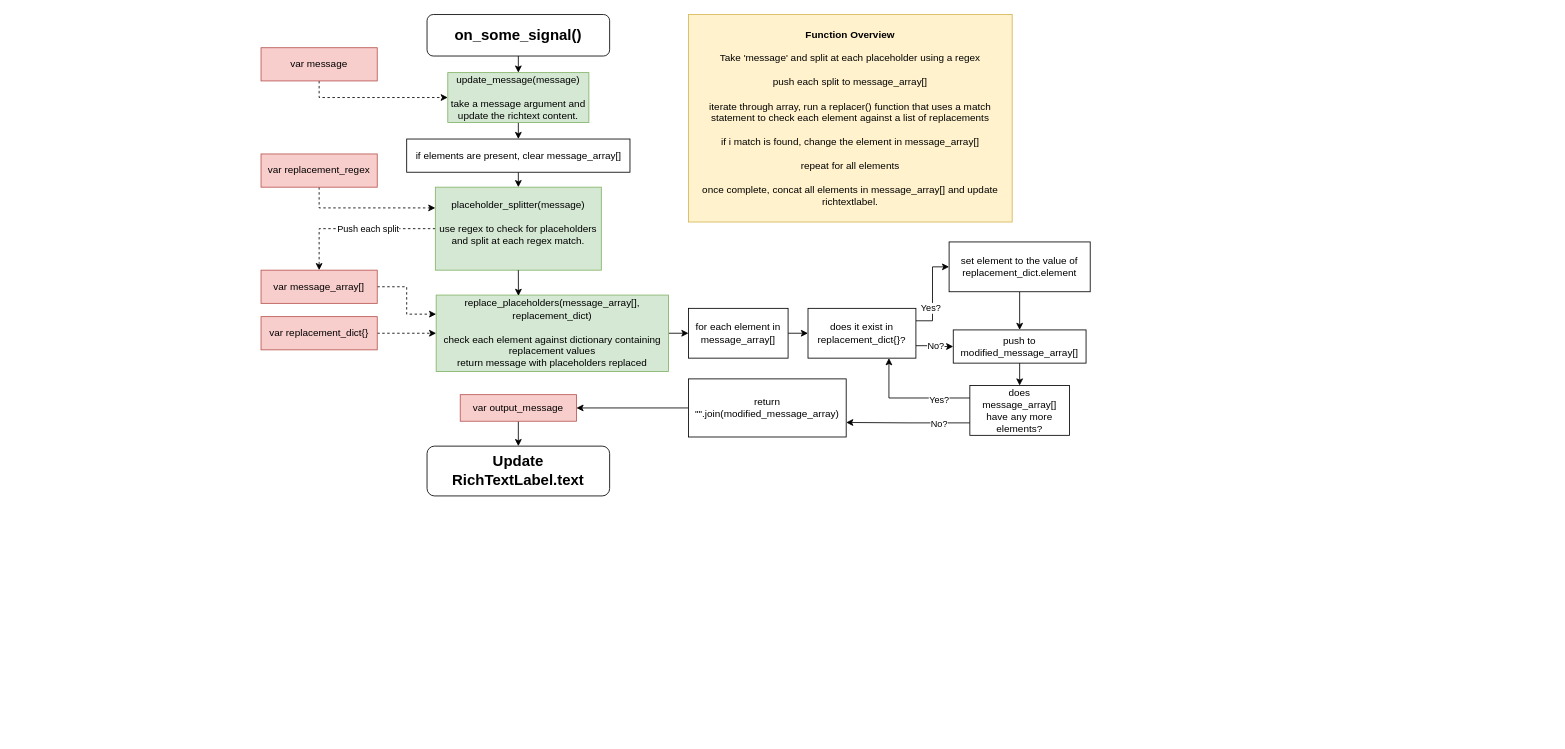
WeekOldFishBones/RPGBattleTest keeps this draw.io diagram as RPGTest_DialogueFlowchart.drawio.xml. Above is the earlier version. Source tidied: cells renumbered, new cells numbered last; positions are measured from the earlier drawing's top-left corner, leaving out a move shared by most shapes. Both pictures are drawn from the tidied source at 83%, with x=0, y=0 at pixel (261, 14).
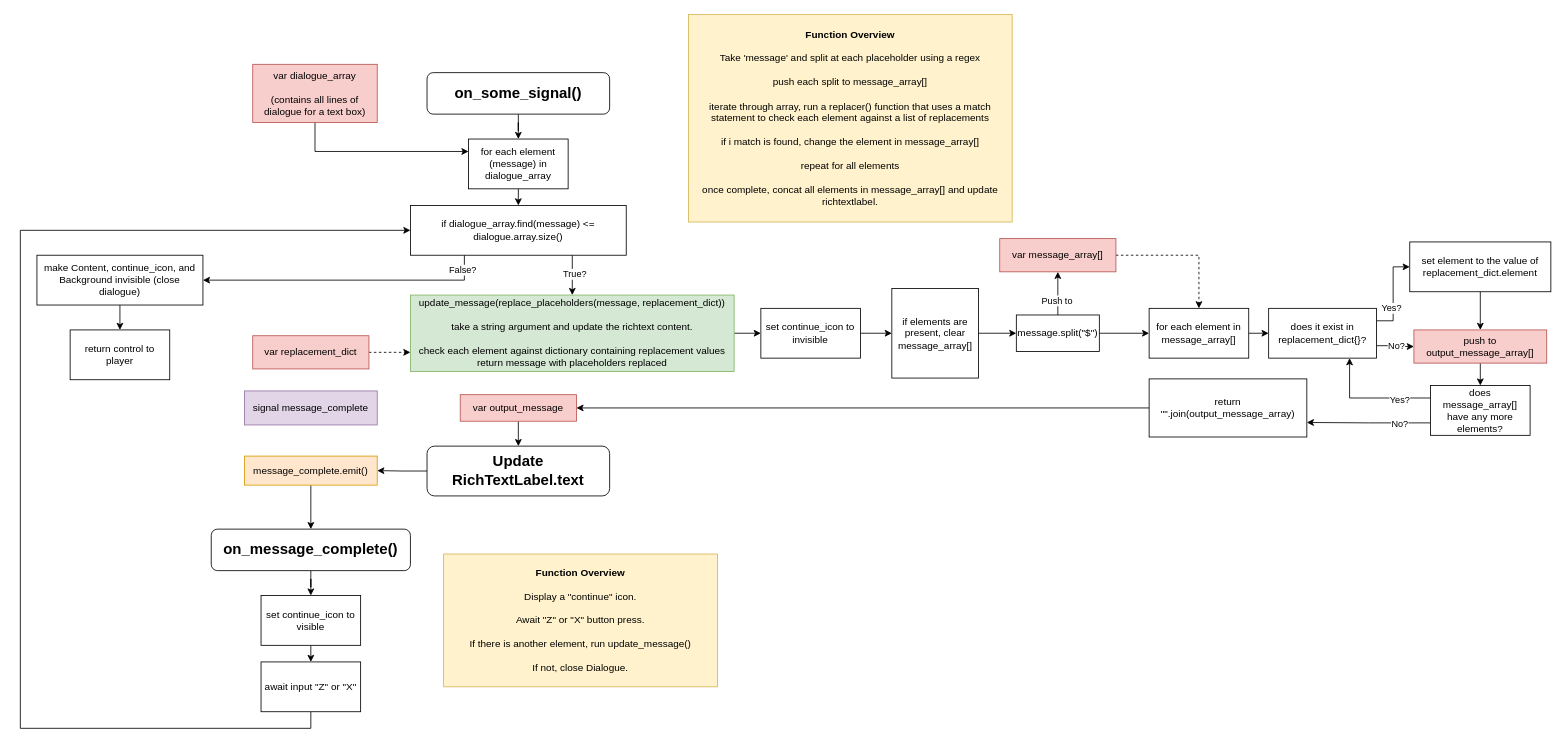
The same diagram, later.

The change refers to these unchanged cells:
```xml
<mxCell id="16" value="&lt;h2&gt;Update RichTextLabel.text&lt;/h2&gt;" style="rounded=1;whiteSpace=wrap;html=1;" parent="1" vertex="1">
  <mxGeometry x="200" y="520" width="220" height="60" as="geometry" />
</mxCell>
```

The edit, as a diff of the source:
```diff
@@
-    <mxCell id="2" style="edgeStyle=orthogonalEdgeStyle;rounded=0;jettySize=auto;html=1;exitX=0.5;exitY=1;exitDx=0;exitDy=0;entryX=0.5;entryY=0;entryDx=0;entryDy=0;" parent="1" edge="1" source="3" target="26">
-      <mxGeometry relative="1" as="geometry" />
-    </mxCell>
-    <mxCell id="3" value="update_message(message)&lt;div&gt;&lt;br&gt;&lt;/div&gt;&lt;div&gt;take a message argument and update the richtext content.&lt;/div&gt;" style="rounded=0;whiteSpace=wrap;html=1;fillColor=#d5e8d4;strokeColor=#82b366;" parent="1" vertex="1">
-      <mxGeometry x="225" y="70" width="170" height="60" as="geometry" />
-    </mxCell>
+    <mxCell id="44" style="edgeStyle=orthogonalEdgeStyle;rounded=0;jettySize=auto;html=1;exitX=1;exitY=0.5;exitDx=0;exitDy=0;entryX=0;entryY=0.5;entryDx=0;entryDy=0;" parent="1" edge="1" source="6" target="28">
+      <mxGeometry relative="1" as="geometry" />
+    </mxCell>
-    <mxCell id="4" style="edgeStyle=orthogonalEdgeStyle;rounded=0;jettySize=auto;html=1;exitX=0;exitY=0.5;exitDx=0;exitDy=0;entryX=0.5;entryY=0;entryDx=0;entryDy=0;dashed=1;" parent="1" edge="1" source="6" target="19">
+    <mxCell id="4" style="edgeStyle=orthogonalEdgeStyle;rounded=0;jettySize=auto;html=1;exitX=0.5;exitY=0;exitDx=0;exitDy=0;entryX=0.5;entryY=1;entryDx=0;entryDy=0;" parent="1" edge="1" source="6" target="19">
       <mxGeometry relative="1" as="geometry" />
     </mxCell>
-    <mxCell id="5" value="Push each split" style="edgeLabel;html=1;align=center;verticalAlign=middle;" parent="4" vertex="1">
-      <mxGeometry x="-0.14" relative="1" as="geometry" />
-    </mxCell>
+    <mxCell id="45" value="Push to" style="edgeLabel;html=1;align=center;verticalAlign=middle;" parent="4" vertex="1">
+      <mxGeometry x="-0.31" y="2" relative="1" as="geometry" />
+    </mxCell>
-    <mxCell id="6" value="placeholder_splitter(message)&lt;div&gt;&lt;br&gt;&lt;div&gt;use regex to check for placeholders and split at each regex match.&lt;/div&gt;&lt;div&gt;&lt;br&gt;&lt;/div&gt;&lt;/div&gt;" style="whiteSpace=wrap;html=1;rounded=0;fillColor=#d5e8d4;strokeColor=#82b366;" parent="1" vertex="1">
-      <mxGeometry x="210" y="208" width="200" height="100" as="geometry" />
+    <mxCell id="6" value="message.split(&quot;$&quot;)" style="whiteSpace=wrap;html=1;rounded=0;" parent="1" vertex="1">
+      <mxGeometry x="910" y="362" width="100" height="44" as="geometry" />
     </mxCell>
-    <mxCell id="7" style="edgeStyle=orthogonalEdgeStyle;rounded=0;jettySize=auto;html=1;exitX=1;exitY=0.5;exitDx=0;exitDy=0;entryX=0;entryY=0.5;entryDx=0;entryDy=0;" parent="1" edge="1" source="8" target="28">
-      <mxGeometry relative="1" as="geometry" />
-    </mxCell>
+    <mxCell id="46" style="edgeStyle=orthogonalEdgeStyle;rounded=0;jettySize=auto;html=1;exitX=1;exitY=0.5;exitDx=0;exitDy=0;entryX=0;entryY=0.5;entryDx=0;entryDy=0;" parent="1" edge="1" source="8" target="71">
+      <mxGeometry relative="1" as="geometry" />
+    </mxCell>
-    <mxCell id="8" value="replace_placeholders(message_array[], replacement_dict)&lt;div&gt;&lt;br&gt;&lt;div&gt;check each element against dictionary containing replacement values&lt;/div&gt;&lt;/div&gt;&lt;div&gt;return message with placeholders replaced&lt;/div&gt;" style="rounded=0;whiteSpace=wrap;html=1;fillColor=#d5e8d4;strokeColor=#82b366;" parent="1" vertex="1">
-      <mxGeometry x="211" y="338" width="280" height="92" as="geometry" />
+    <mxCell id="8" value="update_message(replace_placeholders(message, replacement_dict))&lt;div&gt;&lt;br&gt;&lt;/div&gt;&lt;div&gt;&lt;span style=&quot;background-color: transparent; color: light-dark(rgb(0, 0, 0), rgb(255, 255, 255));&quot;&gt;take a string argument and update the richtext content.&lt;/span&gt;&lt;/div&gt;&lt;div&gt;&lt;span style=&quot;background-color: transparent; color: light-dark(rgb(0, 0, 0), rgb(255, 255, 255));&quot;&gt;&lt;br&gt;&lt;/span&gt;&lt;/div&gt;&lt;div&gt;&lt;div&gt;check each element against dictionary containing replacement values&lt;/div&gt;&lt;/div&gt;&lt;div&gt;return message with placeholders replaced&lt;/div&gt;" style="rounded=0;whiteSpace=wrap;html=1;fillColor=#d5e8d4;strokeColor=#82b366;" parent="1" vertex="1">
+      <mxGeometry x="180" y="338" width="390" height="92" as="geometry" />
     </mxCell>
@@
     <mxCell id="13" value="does it exist in replacement_dict{}?" style="rounded=0;whiteSpace=wrap;html=1;" parent="1" vertex="1">
-      <mxGeometry x="659" y="354" width="130" height="60" as="geometry" />
+      <mxGeometry x="1214" y="354" width="130" height="60" as="geometry" />
     </mxCell>
-    <mxCell id="14" style="edgeStyle=orthogonalEdgeStyle;rounded=0;jettySize=auto;html=1;exitX=0.5;exitY=1;exitDx=0;exitDy=0;entryX=0.5;entryY=0;entryDx=0;entryDy=0;" parent="1" edge="1" source="15" target="3">
-      <mxGeometry relative="1" as="geometry" />
-    </mxCell>
+    <mxCell id="47" style="edgeStyle=orthogonalEdgeStyle;rounded=0;jettySize=auto;html=1;exitX=0.5;exitY=1;exitDx=0;exitDy=0;" parent="1" edge="1" source="15" target="57">
+      <mxGeometry relative="1" as="geometry" />
+    </mxCell>
     <mxCell id="15" value="&lt;h2&gt;on_some_signal()&lt;/h2&gt;" style="rounded=1;whiteSpace=wrap;html=1;" parent="1" vertex="1">
-      <mxGeometry x="200" width="220" height="50" as="geometry" />
+      <mxGeometry x="200" y="70" width="220" height="50" as="geometry" />
     </mxCell>
+    <mxCell id="48" style="edgeStyle=orthogonalEdgeStyle;rounded=0;jettySize=auto;html=1;exitX=0;exitY=0.5;exitDx=0;exitDy=0;entryX=1;entryY=0.5;entryDx=0;entryDy=0;" parent="1" edge="1" source="16" target="51">
+      <mxGeometry relative="1" as="geometry" />
+    </mxCell>
@@
-    <mxCell id="18" style="edgeStyle=orthogonalEdgeStyle;rounded=0;jettySize=auto;html=1;exitX=1;exitY=0.5;exitDx=0;exitDy=0;entryX=0;entryY=0.25;entryDx=0;entryDy=0;dashed=1;" parent="1" edge="1" source="19" target="8">
-      <mxGeometry relative="1" as="geometry" />
-    </mxCell>
+    <mxCell id="49" style="edgeStyle=orthogonalEdgeStyle;rounded=0;jettySize=auto;html=1;exitX=1;exitY=0.5;exitDx=0;exitDy=0;dashed=1;" parent="1" edge="1" source="19" target="28">
+      <mxGeometry relative="1" as="geometry" />
+    </mxCell>
     <mxCell id="19" value="var message_array[]" style="rounded=0;whiteSpace=wrap;html=1;fillColor=#f8cecc;strokeColor=#b85450;" parent="1" vertex="1">
-      <mxGeometry y="308" width="140" height="40" as="geometry" />
+      <mxGeometry x="890" y="270" width="140" height="40" as="geometry" />
     </mxCell>
-    <mxCell id="20" style="edgeStyle=orthogonalEdgeStyle;rounded=0;jettySize=auto;html=1;exitX=0.5;exitY=1;exitDx=0;exitDy=0;entryX=0.354;entryY=0.011;entryDx=0;entryDy=0;entryPerimeter=0;" parent="1" edge="1" source="6" target="8">
-      <mxGeometry relative="1" as="geometry" />
-    </mxCell>
-    <mxCell id="21" style="edgeStyle=orthogonalEdgeStyle;rounded=0;jettySize=auto;html=1;exitX=1;exitY=0.5;exitDx=0;exitDy=0;entryX=0;entryY=0.5;entryDx=0;entryDy=0;dashed=1;" parent="1" edge="1" source="22" target="8">
+    <mxCell id="21" style="edgeStyle=orthogonalEdgeStyle;rounded=0;jettySize=auto;html=1;exitX=1;exitY=0.5;exitDx=0;exitDy=0;entryX=0;entryY=0.75;entryDx=0;entryDy=0;dashed=1;" parent="1" edge="1" source="22" target="8">
       <mxGeometry relative="1" as="geometry" />
     </mxCell>
-    <mxCell id="22" value="var replacement_dict{}" style="rounded=0;whiteSpace=wrap;html=1;fillColor=#f8cecc;strokeColor=#b85450;" parent="1" vertex="1">
-      <mxGeometry y="364" width="140" height="40" as="geometry" />
+    <mxCell id="22" value="var replacement_dict" style="rounded=0;whiteSpace=wrap;html=1;fillColor=#f8cecc;strokeColor=#b85450;" parent="1" vertex="1">
+      <mxGeometry x="-10" y="387" width="140" height="40" as="geometry" />
     </mxCell>
-    <mxCell id="23" style="edgeStyle=orthogonalEdgeStyle;rounded=0;jettySize=auto;html=1;exitX=0.5;exitY=1;exitDx=0;exitDy=0;entryX=0;entryY=0.25;entryDx=0;entryDy=0;dashed=1;" parent="1" edge="1" source="24" target="6">
-      <mxGeometry relative="1" as="geometry" />
-    </mxCell>
-    <mxCell id="24" value="var replacement_regex" style="rounded=0;whiteSpace=wrap;html=1;fillColor=#f8cecc;strokeColor=#b85450;" parent="1" vertex="1">
-      <mxGeometry y="168" width="140" height="40" as="geometry" />
-    </mxCell>
-    <mxCell id="25" style="edgeStyle=orthogonalEdgeStyle;rounded=0;jettySize=auto;html=1;exitX=0.5;exitY=1;exitDx=0;exitDy=0;entryX=0.5;entryY=0;entryDx=0;entryDy=0;" parent="1" edge="1" source="26" target="6">
+    <mxCell id="25" style="edgeStyle=orthogonalEdgeStyle;rounded=0;jettySize=auto;html=1;exitX=1;exitY=0.5;exitDx=0;exitDy=0;" parent="1" edge="1" source="26" target="6">
       <mxGeometry relative="1" as="geometry" />
     </mxCell>
     <mxCell id="26" value="if elements are present, clear message_array[]" style="rounded=0;whiteSpace=wrap;html=1;" parent="1" vertex="1">
-      <mxGeometry x="175.5" y="150" width="269" height="40" as="geometry" />
+      <mxGeometry x="760" y="330" width="104.5" height="108" as="geometry" />
     </mxCell>
@@
     <mxCell id="28" value="for each element in message_array[]" style="rounded=0;whiteSpace=wrap;html=1;" parent="1" vertex="1">
-      <mxGeometry x="515" y="354" width="120" height="60" as="geometry" />
+      <mxGeometry x="1070" y="354" width="120" height="60" as="geometry" />
     </mxCell>
@@
     <mxCell id="30" value="set element to the value of replacement_dict.element" style="rounded=0;whiteSpace=wrap;html=1;" parent="1" vertex="1">
-      <mxGeometry x="829" y="274" width="170" height="60" as="geometry" />
+      <mxGeometry x="1384" y="274" width="170" height="60" as="geometry" />
     </mxCell>
@@
-    <mxCell id="32" value="push to modified_message_array[]" style="rounded=0;whiteSpace=wrap;html=1;" parent="1" vertex="1">
-      <mxGeometry x="834" y="380" width="160" height="40" as="geometry" />
+    <mxCell id="32" value="push to output_message_array[]" style="rounded=0;whiteSpace=wrap;html=1;fillColor=#f8cecc;strokeColor=#b85450;" parent="1" vertex="1">
+      <mxGeometry x="1389" y="380" width="160" height="40" as="geometry" />
     </mxCell>
@@
-    <mxCell id="34" value="return &quot;&quot;.join(modified_message_array)" style="rounded=0;whiteSpace=wrap;html=1;" parent="1" vertex="1">
-      <mxGeometry x="515" y="439" width="190" height="70" as="geometry" />
+    <mxCell id="34" value="return &quot;&quot;.join(output_message_array)" style="rounded=0;whiteSpace=wrap;html=1;" parent="1" vertex="1">
+      <mxGeometry x="1070" y="439" width="190" height="70" as="geometry" />
     </mxCell>
@@
     <mxCell id="39" value="does message_array[] have any more elements?" style="rounded=0;whiteSpace=wrap;html=1;" parent="1" vertex="1">
-      <mxGeometry x="854" y="447" width="120" height="60" as="geometry" />
+      <mxGeometry x="1409" y="447" width="120" height="60" as="geometry" />
     </mxCell>
@@
-    <mxCell id="42" style="edgeStyle=orthogonalEdgeStyle;rounded=0;jettySize=auto;html=1;exitX=0.5;exitY=1;exitDx=0;exitDy=0;entryX=0;entryY=0.5;entryDx=0;entryDy=0;dashed=1;" parent="1" edge="1" source="43" target="3">
-      <mxGeometry relative="1" as="geometry" />
-    </mxCell>
-    <mxCell id="43" value="var message" style="rounded=0;whiteSpace=wrap;html=1;fillColor=#f8cecc;strokeColor=#b85450;" parent="1" vertex="1">
-      <mxGeometry y="40" width="140" height="40" as="geometry" />
-    </mxCell>
+    <mxCell id="50" style="edgeStyle=orthogonalEdgeStyle;rounded=0;jettySize=auto;html=1;exitX=0.5;exitY=1;exitDx=0;exitDy=0;entryX=0.5;entryY=0;entryDx=0;entryDy=0;" parent="1" edge="1" source="51" target="54">
+      <mxGeometry relative="1" as="geometry" />
+    </mxCell>
+    <mxCell id="51" value="message_complete.emit()" style="rounded=0;whiteSpace=wrap;html=1;fillColor=#ffe6cc;strokeColor=#d79b00;" parent="1" vertex="1">
+      <mxGeometry x="-20" y="532" width="160" height="35" as="geometry" />
+    </mxCell>
+    <mxCell id="52" value="signal message_complete" style="rounded=0;whiteSpace=wrap;html=1;fillColor=#e1d5e7;strokeColor=#9673a6;" parent="1" vertex="1">
+      <mxGeometry x="-20" y="453.5" width="160" height="41" as="geometry" />
+    </mxCell>
+    <mxCell id="53" style="edgeStyle=orthogonalEdgeStyle;rounded=0;jettySize=auto;html=1;exitX=0.5;exitY=1;exitDx=0;exitDy=0;" parent="1" edge="1" source="54" target="69">
+      <mxGeometry relative="1" as="geometry" />
+    </mxCell>
+    <mxCell id="54" value="&lt;h2&gt;on_message_complete()&lt;/h2&gt;" style="rounded=1;whiteSpace=wrap;html=1;" parent="1" vertex="1">
+      <mxGeometry x="-60" y="620" width="240" height="50" as="geometry" />
+    </mxCell>
+    <mxCell id="55" value="&lt;div&gt;&lt;b&gt;Function Overview&lt;/b&gt;&lt;/div&gt;&lt;div&gt;&lt;br&gt;&lt;/div&gt;&lt;span style=&quot;background-color: transparent; color: light-dark(rgb(0, 0, 0), rgb(255, 255, 255));&quot;&gt;Display a &quot;continue&quot; icon.&lt;/span&gt;&lt;div&gt;&lt;br&gt;&lt;div&gt;&lt;span style=&quot;background-color: transparent; color: light-dark(rgb(0, 0, 0), rgb(255, 255, 255));&quot;&gt;Await &quot;Z&quot; or &quot;X&quot; button press.&lt;/span&gt;&lt;/div&gt;&lt;div&gt;&lt;span style=&quot;background-color: transparent; color: light-dark(rgb(0, 0, 0), rgb(255, 255, 255));&quot;&gt;&lt;br&gt;&lt;/span&gt;&lt;/div&gt;&lt;div&gt;If there is another element, run update_message()&lt;/div&gt;&lt;div&gt;&lt;br&gt;&lt;/div&gt;&lt;div&gt;If not, close Dialogue.&lt;/div&gt;&lt;/div&gt;" style="rounded=0;whiteSpace=wrap;html=1;fillColor=#fff2cc;strokeColor=#d6b656;" parent="1" vertex="1">
+      <mxGeometry x="220" y="650" width="330" height="160" as="geometry" />
+    </mxCell>
+    <mxCell id="56" style="edgeStyle=orthogonalEdgeStyle;rounded=0;jettySize=auto;html=1;exitX=0.5;exitY=1;exitDx=0;exitDy=0;entryX=0.5;entryY=0;entryDx=0;entryDy=0;" parent="1" edge="1" source="57" target="64">
+      <mxGeometry relative="1" as="geometry" />
+    </mxCell>
+    <mxCell id="57" value="for each element (message) in dialogue_array" style="rounded=0;whiteSpace=wrap;html=1;" parent="1" vertex="1">
+      <mxGeometry x="250" y="150" width="120" height="60" as="geometry" />
+    </mxCell>
+    <mxCell id="58" style="edgeStyle=orthogonalEdgeStyle;rounded=0;jettySize=auto;html=1;exitX=0.5;exitY=1;exitDx=0;exitDy=0;entryX=0;entryY=0.25;entryDx=0;entryDy=0;" parent="1" edge="1" source="59" target="57">
+      <mxGeometry relative="1" as="geometry" />
+    </mxCell>
+    <mxCell id="59" value="var dialogue_array&lt;div&gt;&lt;br&gt;&lt;/div&gt;&lt;div&gt;(contains all lines of dialogue for a text box)&lt;/div&gt;" style="rounded=0;whiteSpace=wrap;html=1;fillColor=#f8cecc;strokeColor=#b85450;" parent="1" vertex="1">
+      <mxGeometry x="-10" y="60" width="150" height="70" as="geometry" />
+    </mxCell>
+    <mxCell id="60" style="edgeStyle=orthogonalEdgeStyle;rounded=0;jettySize=auto;html=1;exitX=0.75;exitY=1;exitDx=0;exitDy=0;" parent="1" edge="1" source="64" target="8">
+      <mxGeometry relative="1" as="geometry" />
+    </mxCell>
+    <mxCell id="61" value="True?" style="edgeLabel;html=1;align=center;verticalAlign=middle;" parent="60" vertex="1">
+      <mxGeometry x="-0.08" y="2" relative="1" as="geometry" />
+    </mxCell>
+    <mxCell id="62" style="edgeStyle=orthogonalEdgeStyle;rounded=0;jettySize=auto;html=1;exitX=0.25;exitY=1;exitDx=0;exitDy=0;entryX=1;entryY=0.5;entryDx=0;entryDy=0;" parent="1" edge="1" source="64" target="66">
+      <mxGeometry relative="1" as="geometry" />
+    </mxCell>
+    <mxCell id="63" value="False?" style="edgeLabel;html=1;align=center;verticalAlign=middle;" parent="62" vertex="1">
+      <mxGeometry x="-0.9" y="-3" relative="1" as="geometry" />
+    </mxCell>
+    <mxCell id="64" value="if dialogue_array.find(message) &amp;lt;= dialogue.array.size()" style="rounded=0;whiteSpace=wrap;html=1;" parent="1" vertex="1">
+      <mxGeometry x="180" y="230" width="260" height="60" as="geometry" />
+    </mxCell>
+    <mxCell id="65" style="edgeStyle=orthogonalEdgeStyle;rounded=0;jettySize=auto;html=1;exitX=0.5;exitY=1;exitDx=0;exitDy=0;entryX=0.5;entryY=0;entryDx=0;entryDy=0;" parent="1" edge="1" source="66" target="67">
+      <mxGeometry relative="1" as="geometry" />
+    </mxCell>
+    <mxCell id="66" value="make Content, continue_icon, and Background invisible (close dialogue)" style="rounded=0;whiteSpace=wrap;html=1;" parent="1" vertex="1">
+      <mxGeometry x="-270" y="290" width="200" height="60" as="geometry" />
+    </mxCell>
+    <mxCell id="67" value="return control to player" style="rounded=0;whiteSpace=wrap;html=1;" parent="1" vertex="1">
+      <mxGeometry x="-230" y="380" width="120" height="60" as="geometry" />
+    </mxCell>
+    <mxCell id="68" style="edgeStyle=orthogonalEdgeStyle;rounded=0;jettySize=auto;html=1;exitX=0.5;exitY=1;exitDx=0;exitDy=0;entryX=0.5;entryY=0;entryDx=0;entryDy=0;" parent="1" edge="1" source="69" target="73">
+      <mxGeometry relative="1" as="geometry" />
+    </mxCell>
+    <mxCell id="69" value="set continue_icon to visible" style="rounded=0;whiteSpace=wrap;html=1;" parent="1" vertex="1">
+      <mxGeometry y="700" width="120" height="60" as="geometry" />
+    </mxCell>
+    <mxCell id="70" style="edgeStyle=orthogonalEdgeStyle;rounded=0;jettySize=auto;html=1;exitX=1;exitY=0.5;exitDx=0;exitDy=0;entryX=0;entryY=0.5;entryDx=0;entryDy=0;" parent="1" edge="1" source="71" target="26">
+      <mxGeometry relative="1" as="geometry" />
+    </mxCell>
+    <mxCell id="71" value="set continue_icon to invisible" style="rounded=0;whiteSpace=wrap;html=1;" parent="1" vertex="1">
+      <mxGeometry x="602.2" y="354" width="120" height="60" as="geometry" />
+    </mxCell>
+    <mxCell id="72" style="edgeStyle=orthogonalEdgeStyle;rounded=0;jettySize=auto;html=1;exitX=0.5;exitY=1;exitDx=0;exitDy=0;entryX=0;entryY=0.5;entryDx=0;entryDy=0;" parent="1" edge="1" source="73" target="64">
+      <mxGeometry relative="1" as="geometry">
+        <Array as="points">
+          <mxPoint x="60" y="860" />
+          <mxPoint x="-290" y="860" />
+          <mxPoint x="-290" y="260" />
+        </Array>
+      </mxGeometry>
+    </mxCell>
+    <mxCell id="73" value="await input &quot;Z&quot; or &quot;X&quot;" style="rounded=0;whiteSpace=wrap;html=1;" parent="1" vertex="1">
+      <mxGeometry y="780" width="120" height="60" as="geometry" />
+    </mxCell>
```
